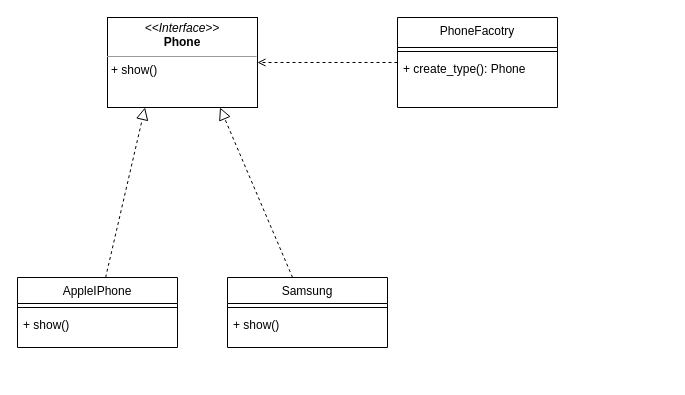
mingderwang/SimpleFactory keeps this draw.io diagram as SimpleFactoryDiagram.drawio. Above is the earlier version. Source tidied: cells renumbered, new cells numbered last; positions are measured from the earlier drawing's top-left corner, leaving out a move shared by most shapes. Both pictures are drawn from the tidied source at 100%, with x=0, y=0 at pixel (17, 17).
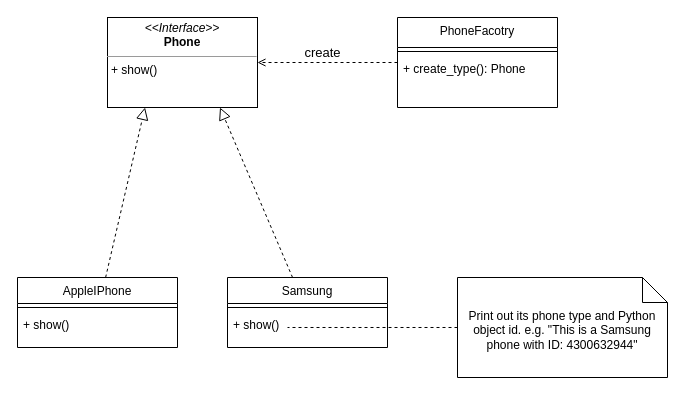
The same page after the edit.

Change to the diagram source:
```diff
@@
 <mxGraphModel>
   <root>
     <mxCell id="0" />
     <mxCell id="1" parent="0" />
     <mxCell id="2" value="AppleIPhone" style="swimlane;fontStyle=0;align=center;verticalAlign=top;horizontal=1;startSize=26;rounded=0;shadow=0;strokeWidth=1;" parent="1" vertex="1">
       <mxGeometry y="260" width="160" height="70" as="geometry" />
     </mxCell>
     <mxCell id="3" style="line;html=1;strokeWidth=1;align=left;verticalAlign=middle;spacingTop=-1;spacingLeft=3;spacingRight=3;labelPosition=right;" parent="2" vertex="1">
       <mxGeometry y="26" width="160" height="8" as="geometry" />
     </mxCell>
     <mxCell id="4" value="+ show()" style="text;align=left;verticalAlign=top;spacingLeft=4;spacingRight=4;overflow=hidden;" parent="2" vertex="1">
       <mxGeometry y="34" width="160" height="26" as="geometry" />
     </mxCell>
     <mxCell id="5" style="endArrow=block;endSize=10;endFill=0;shadow=0;strokeWidth=1;rounded=0;elbow=vertical;dashed=1;entryX=0.25;entryY=1;entryDx=0;entryDy=0;" parent="1" edge="1" source="2" target="14">
       <mxGeometry relative="1" as="geometry" />
     </mxCell>
     <mxCell id="6" value="Samsung" style="swimlane;fontStyle=0;align=center;verticalAlign=top;horizontal=1;startSize=26;rounded=0;shadow=0;strokeWidth=1;" parent="1" vertex="1">
       <mxGeometry x="210" y="260" width="160" height="70" as="geometry" />
     </mxCell>
     <mxCell id="7" style="line;html=1;strokeWidth=1;align=left;verticalAlign=middle;spacingTop=-1;spacingLeft=3;spacingRight=3;labelPosition=right;" parent="6" vertex="1">
       <mxGeometry y="26" width="160" height="8" as="geometry" />
     </mxCell>
     <mxCell id="8" value="+ show()" style="text;align=left;verticalAlign=top;spacingLeft=4;spacingRight=4;overflow=hidden;points=[[0,0.5],[1,0.5]];portConstraint=eastwest;" parent="6" vertex="1">
       <mxGeometry y="34" width="160" height="26" as="geometry" />
     </mxCell>
     <mxCell id="9" style="endArrow=block;endSize=10;endFill=0;shadow=0;strokeWidth=1;rounded=0;elbow=vertical;dashed=1;entryX=0.75;entryY=1;entryDx=0;entryDy=0;" parent="1" edge="1" source="6" target="14">
       <mxGeometry relative="1" as="geometry" />
     </mxCell>
     <mxCell id="10" value="PhoneFacotry" style="swimlane;fontStyle=0;align=center;verticalAlign=top;horizontal=1;startSize=30;rounded=0;shadow=0;strokeWidth=1;" parent="1" vertex="1">
       <mxGeometry x="380" width="160" height="90" as="geometry" />
     </mxCell>
     <mxCell id="11" style="line;html=1;strokeWidth=1;align=left;verticalAlign=middle;spacingTop=-1;spacingLeft=3;spacingRight=3;labelPosition=right;" parent="10" vertex="1">
       <mxGeometry y="30" width="160" height="8" as="geometry" />
     </mxCell>
     <mxCell id="12" value="+ create_type(): Phone" style="text;align=left;verticalAlign=top;spacingLeft=4;spacingRight=4;overflow=hidden;" parent="10" vertex="1">
       <mxGeometry y="38" width="160" height="26" as="geometry" />
     </mxCell>
     <mxCell id="13" style="rounded=0;jettySize=auto;html=1;entryX=1;entryY=0.5;entryDx=0;entryDy=0;dashed=1;endArrow=open;endFill=0;exitX=0;exitY=0.5;exitDx=0;exitDy=0;" parent="1" edge="1" source="10" target="14">
       <mxGeometry relative="1" as="geometry" />
     </mxCell>
+    <mxCell id="15" value="create" style="edgeLabel;html=1;align=center;verticalAlign=bottom;fontSize=13;" parent="13" vertex="1">
+      <mxGeometry x="0.08" relative="1" as="geometry" />
+    </mxCell>
     <mxCell id="14" value="&lt;p style=&quot;margin: 0px ; margin-top: 4px ; text-align: center&quot;&gt;&lt;i&gt;&amp;lt;&amp;lt;Interface&amp;gt;&amp;gt;&lt;/i&gt;&lt;br&gt;&lt;b&gt;Phone&lt;/b&gt;&lt;/p&gt;&lt;hr size=&quot;1&quot;&gt;&lt;p style=&quot;margin: 0px ; margin-left: 4px&quot;&gt;&lt;/p&gt;&lt;p style=&quot;margin: 0px ; margin-left: 4px&quot;&gt;+ show()&lt;/p&gt;" style="verticalAlign=top;align=left;overflow=fill;fontSize=12;fontFamily=Helvetica;html=1;" parent="1" vertex="1">
       <mxGeometry x="90" width="150" height="90" as="geometry" />
     </mxCell>
+    <mxCell id="16" style="rounded=0;jettySize=auto;html=1;entryX=0.375;entryY=0.615;entryDx=0;entryDy=0;entryPerimeter=0;dashed=1;endArrow=none;endFill=0;" parent="1" edge="1" source="17" target="8">
+      <mxGeometry relative="1" as="geometry" />
+    </mxCell>
+    <mxCell id="17" value="Print out its phone type and Python object id. e.g. &quot;This is a Samsung phone with ID: 4300632944&quot;" style="shape=note2;boundedLbl=1;whiteSpace=wrap;html=1;size=25;verticalAlign=top;align=center;" parent="1" vertex="1">
+      <mxGeometry x="440" y="260" width="210" height="100" as="geometry" />
+    </mxCell>
   </root>
 </mxGraphModel>
```
